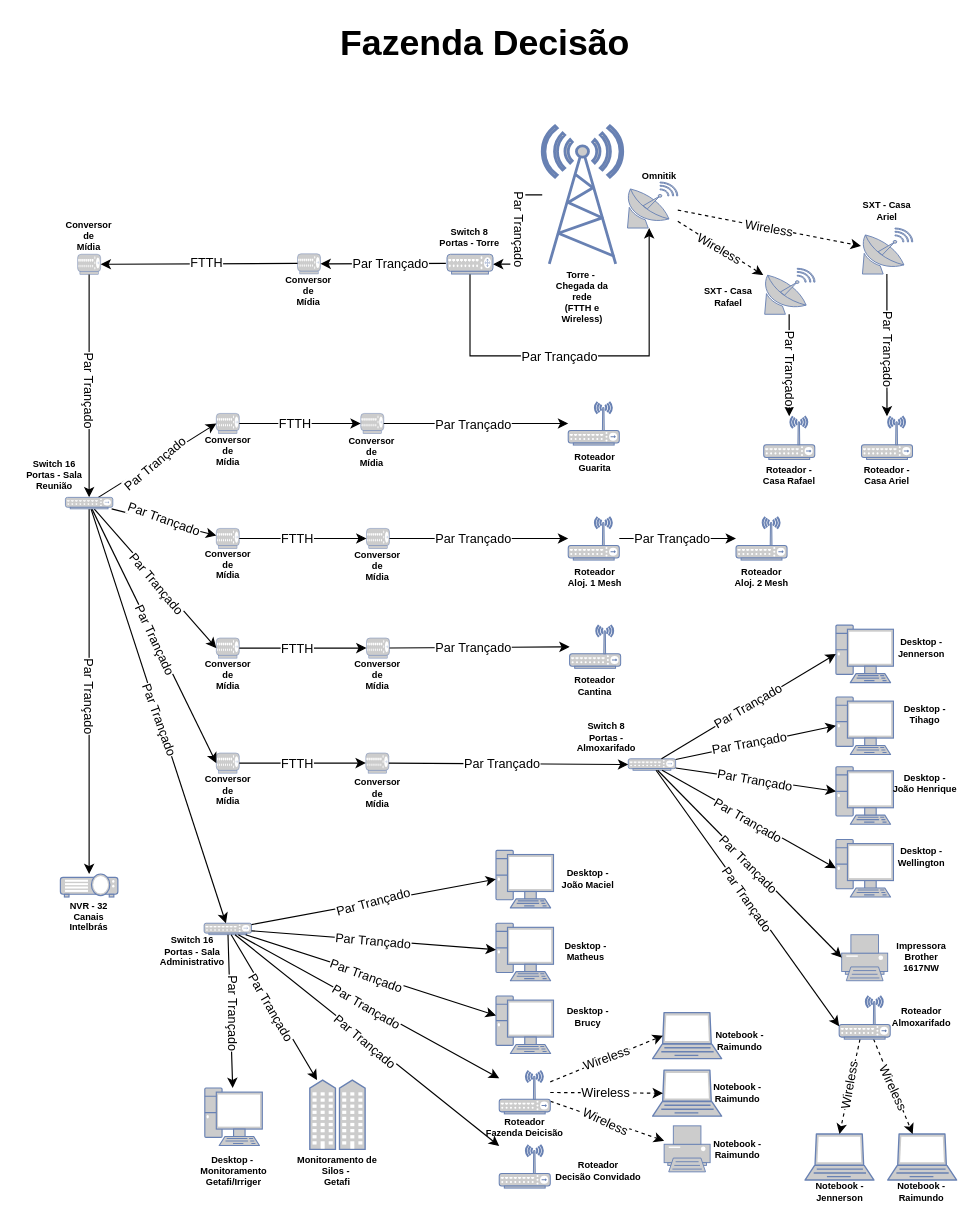
Before: Diagrama sem nome.drawio in AlbertoPontes/Fluxogramas, a draw.io diagram. Source tidied: cells renumbered, new cells numbered last; positions are measured from the earlier drawing's top-left corner, leaving out a move shared by most shapes. Both pictures are drawn from the tidied source at 115%, with x=0, y=0 at pixel (20, 20).
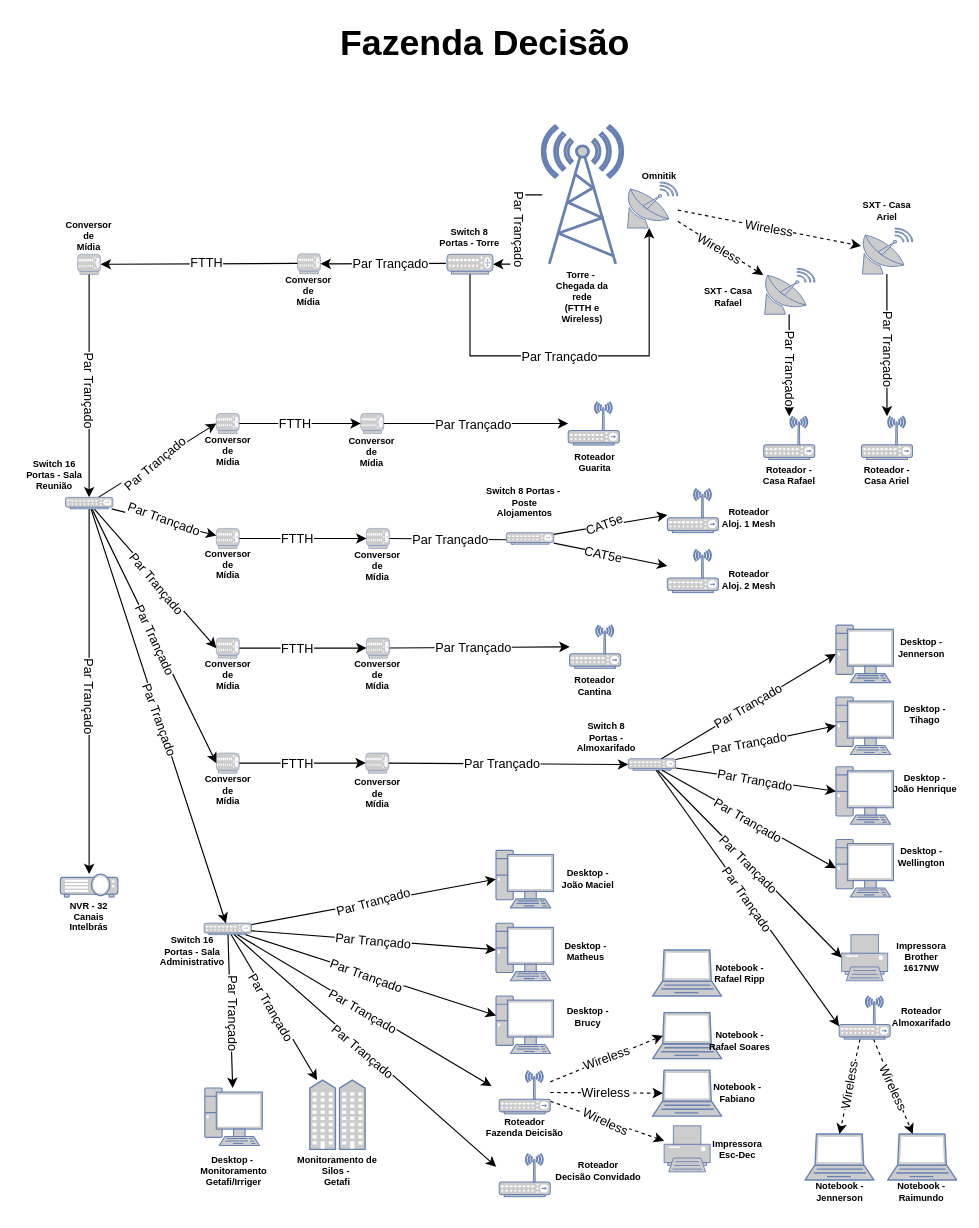
Above is the later version.

Unchanged cells that the change refers to:
```xml
<mxCell id="28" style="fontColor=#0066CC;verticalAlign=top;verticalLabelPosition=bottom;labelPosition=center;align=center;html=1;outlineConnect=0;fillColor=#CCCCCC;strokeColor=#6881B3;gradientColor=none;gradientDirection=north;strokeWidth=2;shape=mxgraph.networks.hub;" parent="1" vertex="1">
  <mxGeometry x="301.2" y="442" width="20" height="17.5" as="geometry" />
</mxCell>
<mxCell id="89" style="fontColor=#0066CC;verticalAlign=top;verticalLabelPosition=bottom;labelPosition=center;align=center;html=1;outlineConnect=0;fillColor=#CCCCCC;strokeColor=#6881B3;gradientColor=none;gradientDirection=north;strokeWidth=2;shape=mxgraph.networks.hub;" parent="1" vertex="1">
  <mxGeometry x="160" y="785.3" width="41.2" height="10" as="geometry" />
</mxCell>
<mxCell id="143" style="fontColor=#0066CC;verticalAlign=top;verticalLabelPosition=bottom;labelPosition=center;align=center;html=1;outlineConnect=0;fillColor=#CCCCCC;strokeColor=#6881B3;gradientColor=none;gradientDirection=north;strokeWidth=2;shape=mxgraph.networks.wireless_hub;" parent="1" vertex="1">
  <mxGeometry x="416.6" y="913.6" width="44.4" height="37.5" as="geometry" />
</mxCell>
```

Diff of the diagram source:
```diff
@@
-    <mxCell id="63" style="endArrow=classic;html=1;rounded=0;exitX=1;exitY=0.5;exitDx=0;exitDy=0;exitPerimeter=0;" parent="1" edge="1" source="28" target="146">
+    <mxCell id="63" style="endArrow=classic;html=1;rounded=0;exitX=1;exitY=0.5;exitDx=0;exitDy=0;exitPerimeter=0;entryX=0.336;entryY=0.625;entryDx=0;entryDy=0;entryPerimeter=0;" parent="1" edge="1" source="28" target="175">
       <mxGeometry relative="1" as="geometry" />
     </mxCell>
@@
-    <mxCell id="65" style="endArrow=classic;html=1;rounded=0;" parent="1" edge="1" source="146" target="150">
+    <mxCell id="65" style="endArrow=classic;html=1;rounded=0;" parent="1" edge="1" source="175" target="146">
       <mxGeometry relative="1" as="geometry" />
     </mxCell>
-    <mxCell id="66" value="Par Trançado" style="edgeLabel;html=1;align=center;verticalAlign=middle;rotation=0;" parent="65" vertex="1">
+    <mxCell id="66" value="CAT5e" style="edgeLabel;html=1;align=center;verticalAlign=middle;rotation=12;" parent="65" vertex="1">
       <mxGeometry relative="1" as="geometry">
         <mxPoint x="-6" as="offset" />
       </mxGeometry>
     </mxCell>
     <mxCell id="67" value="Roteador&lt;br&gt;Aloj. 1&amp;nbsp;Mesh" style="text;html=1;strokeColor=none;fillColor=none;align=center;verticalAlign=middle;whiteSpace=wrap;rounded=0;fontSize=8;fontStyle=1;" parent="1" vertex="1">
-      <mxGeometry x="470" y="469.5" width="60" height="30" as="geometry" />
+      <mxGeometry x="604" y="417.7" width="60" height="30" as="geometry" />
     </mxCell>
     <mxCell id="68" value="Roteador&lt;br style=&quot;border-color: var(--border-color);&quot;&gt;Aloj. 2 Mesh" style="text;html=1;strokeColor=none;fillColor=none;align=center;verticalAlign=middle;whiteSpace=wrap;rounded=0;fontSize=8;fontStyle=1;" parent="1" vertex="1">
-      <mxGeometry x="614.7" y="469.5" width="60" height="30" as="geometry" />
+      <mxGeometry x="604" y="472" width="60" height="30" as="geometry" />
     </mxCell>
@@
-    <mxCell id="105" style="endArrow=classic;html=1;rounded=0;" parent="1" edge="1" source="89" target="143">
-      <mxGeometry relative="1" as="geometry" />
+    <mxCell id="105" style="endArrow=classic;html=1;rounded=0;" parent="1" edge="1" source="89">
+      <mxGeometry relative="1" as="geometry">
+        <mxPoint x="410" y="927" as="targetPoint" />
+      </mxGeometry>
     </mxCell>
@@
-    <mxCell id="141" value="Notebook - Raimundo" style="text;html=1;strokeColor=none;fillColor=none;align=center;verticalAlign=middle;whiteSpace=wrap;rounded=0;fontSize=8;fontStyle=1;" parent="1" vertex="1">
+    <mxCell id="141" value="Notebook - Rafael Soares" style="text;html=1;strokeColor=none;fillColor=none;align=center;verticalAlign=middle;whiteSpace=wrap;rounded=0;fontSize=8;fontStyle=1;" parent="1" vertex="1">
       <mxGeometry x="596" y="873.1" width="60" height="30" as="geometry" />
     </mxCell>
-    <mxCell id="142" value="Notebook - Raimundo" style="text;html=1;strokeColor=none;fillColor=none;align=center;verticalAlign=middle;whiteSpace=wrap;rounded=0;fontSize=8;fontStyle=1;" parent="1" vertex="1">
+    <mxCell id="142" value="Notebook -Fabiano" style="text;html=1;strokeColor=none;fillColor=none;align=center;verticalAlign=middle;whiteSpace=wrap;rounded=0;fontSize=8;fontStyle=1;" parent="1" vertex="1">
       <mxGeometry x="593.5" y="918.1" width="60" height="30" as="geometry" />
     </mxCell>
@@
-    <mxCell id="144" value="Notebook - Raimundo" style="text;html=1;strokeColor=none;fillColor=none;align=center;verticalAlign=middle;whiteSpace=wrap;rounded=0;fontSize=8;fontStyle=1;" parent="1" vertex="1">
+    <mxCell id="144" value="Impressora Esc-Dec" style="text;html=1;strokeColor=none;fillColor=none;align=center;verticalAlign=middle;whiteSpace=wrap;rounded=0;fontSize=8;fontStyle=1;" parent="1" vertex="1">
       <mxGeometry x="593.5" y="966.5" width="60" height="30" as="geometry" />
     </mxCell>
@@
     <mxCell id="146" style="fontColor=#0066CC;verticalAlign=top;verticalLabelPosition=bottom;labelPosition=center;align=center;html=1;outlineConnect=0;fillColor=#CCCCCC;strokeColor=#6881B3;gradientColor=none;gradientDirection=north;strokeWidth=2;shape=mxgraph.networks.wireless_hub;" parent="1" vertex="1">
-      <mxGeometry x="476.6" y="432" width="44.4" height="37.5" as="geometry" />
+      <mxGeometry x="562.8" y="460.3" width="44.4" height="37.5" as="geometry" />
     </mxCell>
@@
     <mxCell id="150" style="fontColor=#0066CC;verticalAlign=top;verticalLabelPosition=bottom;labelPosition=center;align=center;html=1;outlineConnect=0;fillColor=#CCCCCC;strokeColor=#6881B3;gradientColor=none;gradientDirection=north;strokeWidth=2;shape=mxgraph.networks.wireless_hub;" parent="1" vertex="1">
-      <mxGeometry x="622.5" y="432" width="44.4" height="37.5" as="geometry" />
+      <mxGeometry x="562.8" y="407.4" width="44.4" height="38.3" as="geometry" />
     </mxCell>
@@
     <mxCell id="156" style="fontColor=#0066CC;verticalAlign=top;verticalLabelPosition=bottom;labelPosition=center;align=center;html=1;outlineConnect=0;fillColor=#CCCCCC;strokeColor=#6881B3;gradientColor=none;gradientDirection=north;strokeWidth=2;shape=mxgraph.networks.wireless_hub;" parent="1" vertex="1">
-      <mxGeometry x="416.6" y="978.1" width="44.4" height="37.5" as="geometry" />
+      <mxGeometry x="416.6" y="985.6" width="44.4" height="37.5" as="geometry" />
     </mxCell>
@@
-    <mxCell id="158" style="endArrow=classic;html=1;rounded=0;" parent="1" edge="1" source="89" target="156">
-      <mxGeometry relative="1" as="geometry" />
+    <mxCell id="158" style="endArrow=classic;html=1;rounded=0;" parent="1" edge="1" source="89">
+      <mxGeometry relative="1" as="geometry">
+        <mxPoint x="414" y="997" as="targetPoint" />
+      </mxGeometry>
     </mxCell>
@@
+    <mxCell id="173" style="fontColor=#0066CC;verticalAlign=top;verticalLabelPosition=bottom;labelPosition=center;align=center;html=1;fillColor=#CCCCCC;strokeColor=#6881B3;gradientColor=none;gradientDirection=north;strokeWidth=2;shape=mxgraph.networks.laptop;" parent="1" vertex="1">
+      <mxGeometry x="550" y="808.6" width="60" height="40" as="geometry" />
+    </mxCell>
+    <mxCell id="174" value="Notebook - Rafael Ripp" style="text;html=1;strokeColor=none;fillColor=none;align=center;verticalAlign=middle;whiteSpace=wrap;rounded=0;fontSize=8;fontStyle=1;" parent="1" vertex="1">
+      <mxGeometry x="596" y="813.6" width="60" height="30" as="geometry" />
+    </mxCell>
+    <mxCell id="175" style="fontColor=#0066CC;verticalAlign=top;verticalLabelPosition=bottom;labelPosition=center;align=center;html=1;outlineConnect=0;fillColor=#CCCCCC;strokeColor=#6881B3;gradientColor=none;gradientDirection=north;strokeWidth=2;shape=mxgraph.networks.hub;" parent="1" vertex="1">
+      <mxGeometry x="422.8" y="445.7" width="41.2" height="10" as="geometry" />
+    </mxCell>
+    <mxCell id="176" style="endArrow=classic;html=1;rounded=0;" parent="1" edge="1" source="175" target="150">
+      <mxGeometry relative="1" as="geometry" />
+    </mxCell>
+    <mxCell id="177" value="CAT5e" style="edgeLabel;html=1;align=center;verticalAlign=middle;rotation=-20;" parent="176" vertex="1">
+      <mxGeometry relative="1" as="geometry">
+        <mxPoint x="-6" as="offset" />
+      </mxGeometry>
+    </mxCell>
+    <mxCell id="178" value="Switch 8 Portas -&amp;nbsp;&lt;br&gt;Poste Alojamentos" style="text;html=1;strokeColor=none;fillColor=none;align=center;verticalAlign=middle;whiteSpace=wrap;rounded=0;fontSize=8;fontStyle=1;" parent="1" vertex="1">
+      <mxGeometry x="403.9" y="405" width="69.6" height="30" as="geometry" />
+    </mxCell>
```
